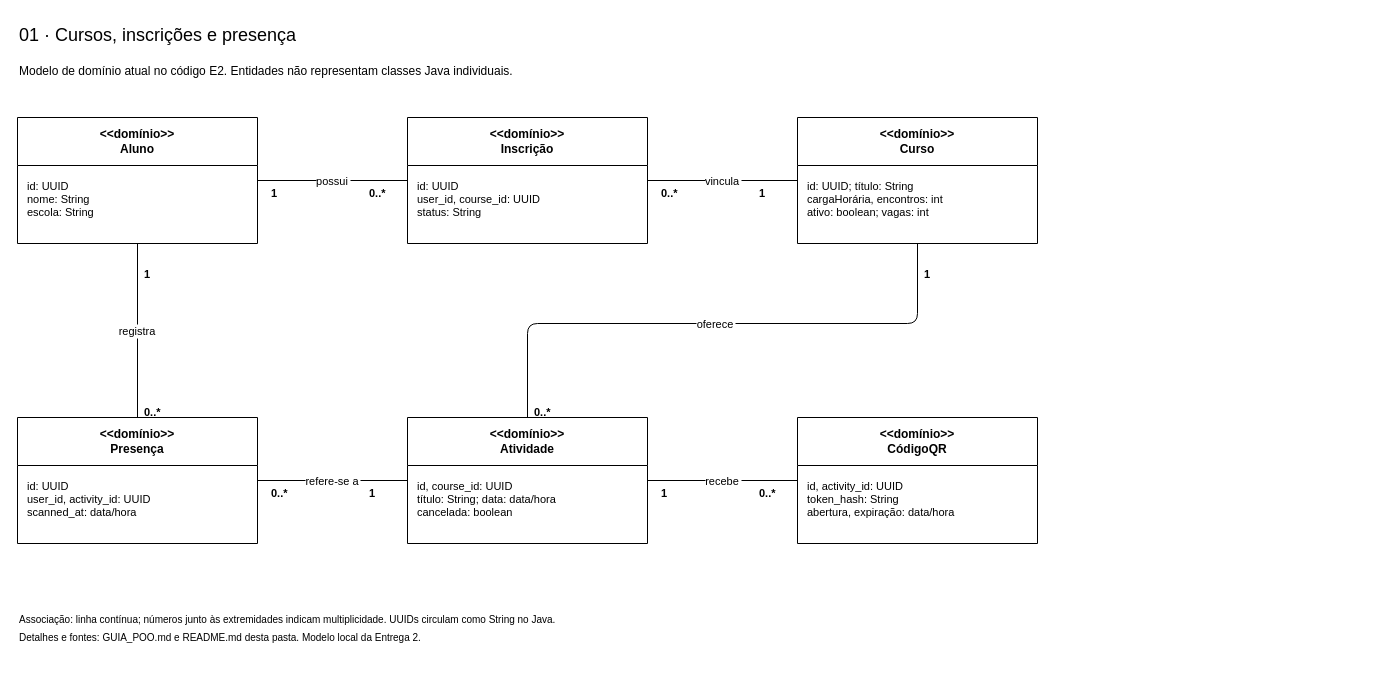
2026-2-NCC3/Projeto4 keeps this draw.io diagram as documentos/Entrega 2/Programação Orientada a Objetos e Estrutura de Dados/UML_Entrega2.drawio. Above is the earlier version. Source tidied: cells renumbered, new cells numbered last; positions are measured from the earlier drawing's top-left corner, leaving out a move shared by most shapes. Both pictures are drawn from the tidied source at 100%, with x=0, y=0 at pixel (17, 17).
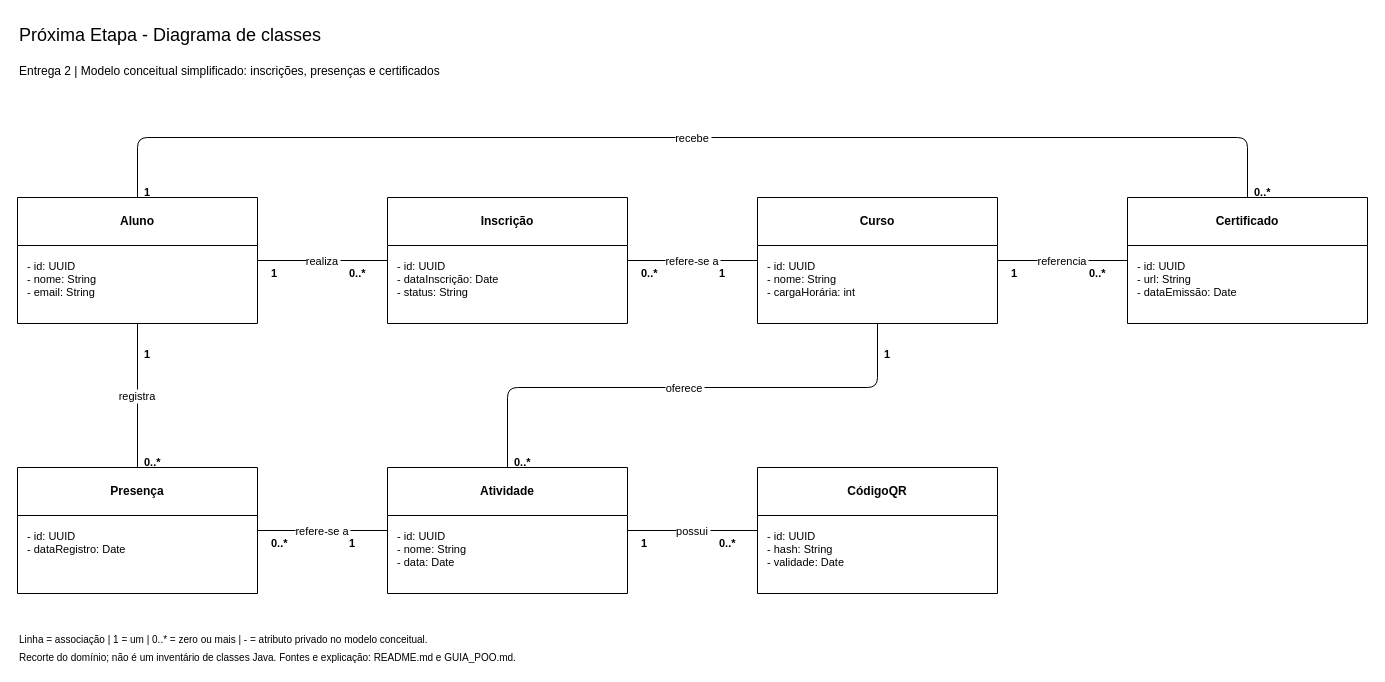
The same page after the edit.

Commit message (it also covers changes not shown here):
docs(poo): simplifica diagrama de classes em uma página

Change to the diagram source:
```diff
@@
-    <mxCell id="2" value="01 · Cursos, inscrições e presença" style="text;html=0;align=left;fontSize=18;fontColor=#000000;" parent="1" vertex="1">
+    <mxCell id="2" value="Próxima Etapa - Diagrama de classes" style="text;html=0;align=left;fontSize=18;fontColor=#000000;" parent="1" vertex="1">
       <mxGeometry width="1020" height="35" as="geometry" />
     </mxCell>
-    <mxCell id="3" value="Modelo de domínio atual no código E2. Entidades não representam classes Java individuais." style="text;html=0;align=left;fontSize=12;fontColor=#000000;" parent="1" vertex="1">
+    <mxCell id="3" value="Entrega 2 | Modelo conceitual simplificado: inscrições, presenças e certificados" style="text;html=0;align=left;fontSize=12;fontColor=#000000;" parent="1" vertex="1">
       <mxGeometry y="40" width="1020" height="35" as="geometry" />
     </mxCell>
-    <mxCell id="4" value="&lt;&lt;domínio&gt;&gt;&#10;Aluno" style="swimlane;startSize=48;rounded=0;whiteSpace=wrap;html=0;align=center;verticalAlign=middle;fillColor=#FFFFFF;swimlaneFillColor=#FFFFFF;strokeColor=#000000;fontColor=#000000;fontSize=12;" parent="1" vertex="1">
-      <mxGeometry y="100" width="240" height="126" as="geometry" />
+    <mxCell id="4" value="Aluno" style="swimlane;startSize=48;rounded=0;whiteSpace=wrap;html=0;align=center;verticalAlign=middle;fillColor=#FFFFFF;swimlaneFillColor=#FFFFFF;strokeColor=#000000;fontColor=#000000;fontSize=12;" parent="1" vertex="1">
+      <mxGeometry y="180" width="240" height="126" as="geometry" />
     </mxCell>
-    <mxCell id="5" value="id: UUID&#10;nome: String&#10;escola: String" style="text;html=0;align=left;verticalAlign=top;spacing=10;whiteSpace=wrap;fontColor=#000000;fontSize=11;" parent="4" vertex="1">
+    <mxCell id="5" value="- id: UUID&#10;- nome: String&#10;- email: String" style="text;html=0;align=left;verticalAlign=top;spacing=10;whiteSpace=wrap;fontColor=#000000;fontSize=11;" parent="4" vertex="1">
       <mxGeometry y="48" width="240" height="78" as="geometry" />
     </mxCell>
-    <mxCell id="6" value="&lt;&lt;domínio&gt;&gt;&#10;Inscrição" style="swimlane;startSize=48;rounded=0;whiteSpace=wrap;html=0;align=center;verticalAlign=middle;fillColor=#FFFFFF;swimlaneFillColor=#FFFFFF;strokeColor=#000000;fontColor=#000000;fontSize=12;" parent="1" vertex="1">
-      <mxGeometry x="390" y="100" width="240" height="126" as="geometry" />
+    <mxCell id="6" value="Inscrição" style="swimlane;startSize=48;rounded=0;whiteSpace=wrap;html=0;align=center;verticalAlign=middle;fillColor=#FFFFFF;swimlaneFillColor=#FFFFFF;strokeColor=#000000;fontColor=#000000;fontSize=12;" parent="1" vertex="1">
+      <mxGeometry x="370" y="180" width="240" height="126" as="geometry" />
     </mxCell>
-    <mxCell id="7" value="id: UUID&#10;user_id, course_id: UUID&#10;status: String" style="text;html=0;align=left;verticalAlign=top;spacing=10;whiteSpace=wrap;fontColor=#000000;fontSize=11;" parent="6" vertex="1">
+    <mxCell id="7" value="- id: UUID&#10;- dataInscrição: Date&#10;- status: String" style="text;html=0;align=left;verticalAlign=top;spacing=10;whiteSpace=wrap;fontColor=#000000;fontSize=11;" parent="6" vertex="1">
       <mxGeometry y="48" width="240" height="78" as="geometry" />
     </mxCell>
-    <mxCell id="8" value="&lt;&lt;domínio&gt;&gt;&#10;Curso" style="swimlane;startSize=48;rounded=0;whiteSpace=wrap;html=0;align=center;verticalAlign=middle;fillColor=#FFFFFF;swimlaneFillColor=#FFFFFF;strokeColor=#000000;fontColor=#000000;fontSize=12;" parent="1" vertex="1">
-      <mxGeometry x="780" y="100" width="240" height="126" as="geometry" />
+    <mxCell id="8" value="Curso" style="swimlane;startSize=48;rounded=0;whiteSpace=wrap;html=0;align=center;verticalAlign=middle;fillColor=#FFFFFF;swimlaneFillColor=#FFFFFF;strokeColor=#000000;fontColor=#000000;fontSize=12;" parent="1" vertex="1">
+      <mxGeometry x="740" y="180" width="240" height="126" as="geometry" />
     </mxCell>
-    <mxCell id="9" value="id: UUID; título: String&#10;cargaHorária, encontros: int&#10;ativo: boolean; vagas: int" style="text;html=0;align=left;verticalAlign=top;spacing=10;whiteSpace=wrap;fontColor=#000000;fontSize=11;" parent="8" vertex="1">
+    <mxCell id="9" value="- id: UUID&#10;- nome: String&#10;- cargaHorária: int" style="text;html=0;align=left;verticalAlign=top;spacing=10;whiteSpace=wrap;fontColor=#000000;fontSize=11;" parent="8" vertex="1">
       <mxGeometry y="48" width="240" height="78" as="geometry" />
     </mxCell>
+    <mxCell id="36" value="Certificado" style="swimlane;startSize=48;rounded=0;whiteSpace=wrap;html=0;align=center;verticalAlign=middle;fillColor=#FFFFFF;swimlaneFillColor=#FFFFFF;strokeColor=#000000;fontColor=#000000;fontSize=12;" parent="1" vertex="1">
+      <mxGeometry x="1110" y="180" width="240" height="126" as="geometry" />
+    </mxCell>
+    <mxCell id="37" value="- id: UUID&#10;- url: String&#10;- dataEmissão: Date" style="text;html=0;align=left;verticalAlign=top;spacing=10;whiteSpace=wrap;fontColor=#000000;fontSize=11;" parent="36" vertex="1">
+      <mxGeometry y="48" width="240" height="78" as="geometry" />
+    </mxCell>
-    <mxCell id="10" value="&lt;&lt;domínio&gt;&gt;&#10;Presença" style="swimlane;startSize=48;rounded=0;whiteSpace=wrap;html=0;align=center;verticalAlign=middle;fillColor=#FFFFFF;swimlaneFillColor=#FFFFFF;strokeColor=#000000;fontColor=#000000;fontSize=12;" parent="1" vertex="1">
-      <mxGeometry y="400" width="240" height="126" as="geometry" />
+    <mxCell id="10" value="Presença" style="swimlane;startSize=48;rounded=0;whiteSpace=wrap;html=0;align=center;verticalAlign=middle;fillColor=#FFFFFF;swimlaneFillColor=#FFFFFF;strokeColor=#000000;fontColor=#000000;fontSize=12;" parent="1" vertex="1">
+      <mxGeometry y="450" width="240" height="126" as="geometry" />
     </mxCell>
-    <mxCell id="11" value="id: UUID&#10;user_id, activity_id: UUID&#10;scanned_at: data/hora" style="text;html=0;align=left;verticalAlign=top;spacing=10;whiteSpace=wrap;fontColor=#000000;fontSize=11;" parent="10" vertex="1">
+    <mxCell id="11" value="- id: UUID&#10;- dataRegistro: Date" style="text;html=0;align=left;verticalAlign=top;spacing=10;whiteSpace=wrap;fontColor=#000000;fontSize=11;" parent="10" vertex="1">
       <mxGeometry y="48" width="240" height="78" as="geometry" />
     </mxCell>
-    <mxCell id="12" value="&lt;&lt;domínio&gt;&gt;&#10;Atividade" style="swimlane;startSize=48;rounded=0;whiteSpace=wrap;html=0;align=center;verticalAlign=middle;fillColor=#FFFFFF;swimlaneFillColor=#FFFFFF;strokeColor=#000000;fontColor=#000000;fontSize=12;" parent="1" vertex="1">
-      <mxGeometry x="390" y="400" width="240" height="126" as="geometry" />
+    <mxCell id="12" value="Atividade" style="swimlane;startSize=48;rounded=0;whiteSpace=wrap;html=0;align=center;verticalAlign=middle;fillColor=#FFFFFF;swimlaneFillColor=#FFFFFF;strokeColor=#000000;fontColor=#000000;fontSize=12;" parent="1" vertex="1">
+      <mxGeometry x="370" y="450" width="240" height="126" as="geometry" />
     </mxCell>
-    <mxCell id="13" value="id, course_id: UUID&#10;título: String; data: data/hora&#10;cancelada: boolean" style="text;html=0;align=left;verticalAlign=top;spacing=10;whiteSpace=wrap;fontColor=#000000;fontSize=11;" parent="12" vertex="1">
+    <mxCell id="13" value="- id: UUID&#10;- nome: String&#10;- data: Date" style="text;html=0;align=left;verticalAlign=top;spacing=10;whiteSpace=wrap;fontColor=#000000;fontSize=11;" parent="12" vertex="1">
       <mxGeometry y="48" width="240" height="78" as="geometry" />
     </mxCell>
-    <mxCell id="14" value="&lt;&lt;domínio&gt;&gt;&#10;CódigoQR" style="swimlane;startSize=48;rounded=0;whiteSpace=wrap;html=0;align=center;verticalAlign=middle;fillColor=#FFFFFF;swimlaneFillColor=#FFFFFF;strokeColor=#000000;fontColor=#000000;fontSize=12;" parent="1" vertex="1">
-      <mxGeometry x="780" y="400" width="240" height="126" as="geometry" />
+    <mxCell id="14" value="CódigoQR" style="swimlane;startSize=48;rounded=0;whiteSpace=wrap;html=0;align=center;verticalAlign=middle;fillColor=#FFFFFF;swimlaneFillColor=#FFFFFF;strokeColor=#000000;fontColor=#000000;fontSize=12;" parent="1" vertex="1">
+      <mxGeometry x="740" y="450" width="240" height="126" as="geometry" />
     </mxCell>
-    <mxCell id="15" value="id, activity_id: UUID&#10;token_hash: String&#10;abertura, expiração: data/hora" style="text;html=0;align=left;verticalAlign=top;spacing=10;whiteSpace=wrap;fontColor=#000000;fontSize=11;" parent="14" vertex="1">
+    <mxCell id="15" value="- id: UUID&#10;- hash: String&#10;- validade: Date" style="text;html=0;align=left;verticalAlign=top;spacing=10;whiteSpace=wrap;fontColor=#000000;fontSize=11;" parent="14" vertex="1">
       <mxGeometry y="48" width="240" height="78" as="geometry" />
     </mxCell>
-    <mxCell id="16" value="possui" style="edgeStyle=none;html=0;fontSize=11;endArrow=none;" parent="1" edge="1">
-      <mxGeometry relative="1" as="geometry">
-        <mxPoint x="240" y="163" as="sourcePoint" />
-        <mxPoint x="390" y="163" as="targetPoint" />
-      </mxGeometry>
+    <mxCell id="16" value="realiza" style="edgeStyle=none;html=0;fontSize=11;endArrow=none;" parent="1" edge="1" source="4" target="6">
+      <mxGeometry relative="1" as="geometry" />
     </mxCell>
     <mxCell id="17" value="1" style="text;html=0;align=left;fontSize=11;fontStyle=1;" parent="1" vertex="1">
-      <mxGeometry x="252" y="163" width="40" height="20" as="geometry" />
+      <mxGeometry x="252" y="243" width="40" height="20" as="geometry" />
     </mxCell>
     <mxCell id="18" value="0..*" style="text;html=0;align=left;fontSize=11;fontStyle=1;" parent="1" vertex="1">
-      <mxGeometry x="350" y="163" width="40" height="20" as="geometry" />
+      <mxGeometry x="330" y="243" width="40" height="20" as="geometry" />
     </mxCell>
-    <mxCell id="19" value="vincula" style="edgeStyle=none;html=0;fontSize=11;endArrow=none;" parent="1" edge="1">
-      <mxGeometry relative="1" as="geometry">
-        <mxPoint x="630" y="163" as="sourcePoint" />
-        <mxPoint x="780" y="163" as="targetPoint" />
-      </mxGeometry>
+    <mxCell id="19" value="refere-se a" style="edgeStyle=none;html=0;fontSize=11;endArrow=none;" parent="1" edge="1" source="6" target="8">
+      <mxGeometry relative="1" as="geometry" />
     </mxCell>
     <mxCell id="20" value="0..*" style="text;html=0;align=left;fontSize=11;fontStyle=1;" parent="1" vertex="1">
-      <mxGeometry x="642" y="163" width="40" height="20" as="geometry" />
+      <mxGeometry x="622" y="243" width="40" height="20" as="geometry" />
     </mxCell>
     <mxCell id="21" value="1" style="text;html=0;align=left;fontSize=11;fontStyle=1;" parent="1" vertex="1">
-      <mxGeometry x="740" y="163" width="40" height="20" as="geometry" />
+      <mxGeometry x="700" y="243" width="40" height="20" as="geometry" />
     </mxCell>
-    <mxCell id="22" value="registra" style="edgeStyle=none;html=0;fontSize=11;endArrow=none;" parent="1" edge="1">
-      <mxGeometry relative="1" as="geometry">
-        <mxPoint x="120" y="226" as="sourcePoint" />
-        <mxPoint x="120" y="400" as="targetPoint" />
-      </mxGeometry>
+    <mxCell id="22" value="referencia" style="edgeStyle=none;html=0;fontSize=11;endArrow=none;" parent="1" edge="1" source="8" target="36">
+      <mxGeometry relative="1" as="geometry" />
     </mxCell>
     <mxCell id="23" value="1" style="text;html=0;align=left;fontSize=11;fontStyle=1;" parent="1" vertex="1">
-      <mxGeometry x="125" y="244" width="40" height="20" as="geometry" />
+      <mxGeometry x="992" y="243" width="40" height="20" as="geometry" />
     </mxCell>
     <mxCell id="24" value="0..*" style="text;html=0;align=left;fontSize=11;fontStyle=1;" parent="1" vertex="1">
-      <mxGeometry x="125" y="382" width="40" height="20" as="geometry" />
+      <mxGeometry x="1070" y="243" width="40" height="20" as="geometry" />
     </mxCell>
-    <mxCell id="25" value="refere-se a" style="edgeStyle=none;html=0;fontSize=11;endArrow=none;" parent="1" edge="1">
+    <mxCell id="25" value="recebe" style="edgeStyle=none;html=0;fontSize=11;endArrow=none;" parent="1" edge="1" source="4" target="36">
       <mxGeometry relative="1" as="geometry">
-        <mxPoint x="240" y="463" as="sourcePoint" />
-        <mxPoint x="390" y="463" as="targetPoint" />
+        <Array as="points">
+          <mxPoint x="120" y="120" />
+          <mxPoint x="1230" y="120" />
+        </Array>
       </mxGeometry>
     </mxCell>
-    <mxCell id="26" value="0..*" style="text;html=0;align=left;fontSize=11;fontStyle=1;" parent="1" vertex="1">
-      <mxGeometry x="252" y="463" width="40" height="20" as="geometry" />
+    <mxCell id="26" value="1" style="text;html=0;align=left;fontSize=11;fontStyle=1;" parent="1" vertex="1">
+      <mxGeometry x="125" y="162" width="40" height="20" as="geometry" />
     </mxCell>
-    <mxCell id="27" value="1" style="text;html=0;align=left;fontSize=11;fontStyle=1;" parent="1" vertex="1">
-      <mxGeometry x="350" y="463" width="40" height="20" as="geometry" />
+    <mxCell id="27" value="0..*" style="text;html=0;align=left;fontSize=11;fontStyle=1;" parent="1" vertex="1">
+      <mxGeometry x="1235" y="162" width="40" height="20" as="geometry" />
     </mxCell>
-    <mxCell id="28" value="oferece" style="edgeStyle=none;html=0;fontSize=11;endArrow=none;" parent="1" edge="1">
-      <mxGeometry relative="1" as="geometry">
-        <mxPoint x="900" y="226" as="sourcePoint" />
-        <mxPoint x="510" y="400" as="targetPoint" />
-        <Array as="points">
-          <mxPoint x="900" y="306" />
-          <mxPoint x="510" y="306" />
-        </Array>
-      </mxGeometry>
+    <mxCell id="28" value="registra" style="edgeStyle=none;html=0;fontSize=11;endArrow=none;" parent="1" edge="1" source="4" target="10">
+      <mxGeometry relative="1" as="geometry" />
     </mxCell>
     <mxCell id="29" value="1" style="text;html=0;align=left;fontSize=11;fontStyle=1;" parent="1" vertex="1">
-      <mxGeometry x="905" y="244" width="40" height="20" as="geometry" />
+      <mxGeometry x="125" y="324" width="40" height="20" as="geometry" />
     </mxCell>
     <mxCell id="30" value="0..*" style="text;html=0;align=left;fontSize=11;fontStyle=1;" parent="1" vertex="1">
-      <mxGeometry x="515" y="382" width="40" height="20" as="geometry" />
+      <mxGeometry x="125" y="432" width="40" height="20" as="geometry" />
     </mxCell>
-    <mxCell id="31" value="recebe" style="edgeStyle=none;html=0;fontSize=11;endArrow=none;" parent="1" edge="1">
-      <mxGeometry relative="1" as="geometry">
-        <mxPoint x="630" y="463" as="sourcePoint" />
-        <mxPoint x="780" y="463" as="targetPoint" />
-      </mxGeometry>
+    <mxCell id="31" value="refere-se a" style="edgeStyle=none;html=0;fontSize=11;endArrow=none;" parent="1" edge="1" source="10" target="12">
+      <mxGeometry relative="1" as="geometry" />
     </mxCell>
-    <mxCell id="32" value="1" style="text;html=0;align=left;fontSize=11;fontStyle=1;" parent="1" vertex="1">
-      <mxGeometry x="642" y="463" width="40" height="20" as="geometry" />
+    <mxCell id="32" value="0..*" style="text;html=0;align=left;fontSize=11;fontStyle=1;" parent="1" vertex="1">
+      <mxGeometry x="252" y="513" width="40" height="20" as="geometry" />
     </mxCell>
-    <mxCell id="33" value="0..*" style="text;html=0;align=left;fontSize=11;fontStyle=1;" parent="1" vertex="1">
-      <mxGeometry x="740" y="463" width="40" height="20" as="geometry" />
+    <mxCell id="33" value="1" style="text;html=0;align=left;fontSize=11;fontStyle=1;" parent="1" vertex="1">
+      <mxGeometry x="330" y="513" width="40" height="20" as="geometry" />
     </mxCell>
+    <mxCell id="38" value="oferece" style="edgeStyle=none;html=0;fontSize=11;endArrow=none;" parent="1" edge="1" source="8" target="12">
+      <mxGeometry relative="1" as="geometry">
+        <Array as="points">
+          <mxPoint x="860" y="370" />
+          <mxPoint x="490" y="370" />
+        </Array>
+      </mxGeometry>
+    </mxCell>
+    <mxCell id="39" value="1" style="text;html=0;align=left;fontSize=11;fontStyle=1;" parent="1" vertex="1">
+      <mxGeometry x="865" y="324" width="40" height="20" as="geometry" />
+    </mxCell>
+    <mxCell id="40" value="0..*" style="text;html=0;align=left;fontSize=11;fontStyle=1;" parent="1" vertex="1">
+      <mxGeometry x="495" y="432" width="40" height="20" as="geometry" />
+    </mxCell>
+    <mxCell id="41" value="possui" style="edgeStyle=none;html=0;fontSize=11;endArrow=none;" parent="1" edge="1" source="12" target="14">
+      <mxGeometry relative="1" as="geometry" />
+    </mxCell>
+    <mxCell id="42" value="1" style="text;html=0;align=left;fontSize=11;fontStyle=1;" parent="1" vertex="1">
+      <mxGeometry x="622" y="513" width="40" height="20" as="geometry" />
+    </mxCell>
+    <mxCell id="43" value="0..*" style="text;html=0;align=left;fontSize=11;fontStyle=1;" parent="1" vertex="1">
+      <mxGeometry x="700" y="513" width="40" height="20" as="geometry" />
+    </mxCell>
-    <mxCell id="34" value="Associação: linha contínua; números junto às extremidades indicam multiplicidade. UUIDs circulam como String no Java." style="text;html=0;align=left;fontSize=10;" parent="1" vertex="1">
-      <mxGeometry y="590" width="1020" height="20" as="geometry" />
+    <mxCell id="34" value="Linha = associação | 1 = um | 0..* = zero ou mais | - = atributo privado no modelo conceitual." style="text;html=0;align=left;fontSize=10;" parent="1" vertex="1">
+      <mxGeometry y="610" width="1020" height="20" as="geometry" />
     </mxCell>
-    <mxCell id="35" value="Detalhes e fontes: GUIA_POO.md e README.md desta pasta. Modelo local da Entrega 2." style="text;html=0;align=left;fontSize=10;" parent="1" vertex="1">
-      <mxGeometry y="608" width="1020" height="20" as="geometry" />
+    <mxCell id="35" value="Recorte do domínio; não é um inventário de classes Java. Fontes e explicação: README.md e GUIA_POO.md." style="text;html=0;align=left;fontSize=10;" parent="1" vertex="1">
+      <mxGeometry y="628" width="1020" height="20" as="geometry" />
     </mxCell>
```
